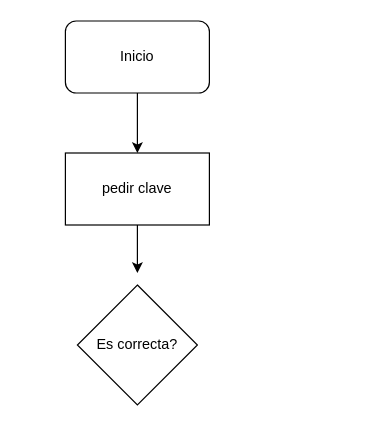
Earlier version of the draw.io diagram Diagrama sin título.drawio (kevinld93/tp). Source tidied: cells renumbered, new cells numbered last; positions are measured from the earlier drawing's top-left corner, leaving out a move shared by most shapes. Both pictures are drawn from the tidied source at 120%, with x=0, y=0 at pixel (65, 20).
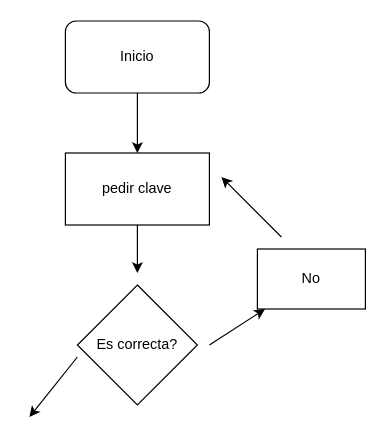
After the change.

The edit, as a diff of the source:
```diff
@@
 <mxGraphModel>
   <root>
     <mxCell id="0" />
     <mxCell id="1" parent="0" />
     <mxCell id="2" style="edgeStyle=orthogonalEdgeStyle;rounded=0;jettySize=auto;html=1;exitX=0.5;exitY=1;exitDx=0;exitDy=0;" parent="1" edge="1" source="3">
       <mxGeometry relative="1" as="geometry">
         <mxPoint x="60" y="110" as="targetPoint" />
       </mxGeometry>
     </mxCell>
     <mxCell id="3" value="Inicio " style="rounded=1;whiteSpace=wrap;html=1;" parent="1" vertex="1">
       <mxGeometry width="120" height="60" as="geometry" />
     </mxCell>
     <mxCell id="4" style="edgeStyle=orthogonalEdgeStyle;rounded=0;jettySize=auto;html=1;exitX=0.5;exitY=1;exitDx=0;exitDy=0;" parent="1" edge="1" source="5">
       <mxGeometry relative="1" as="geometry">
         <mxPoint x="60" y="210" as="targetPoint" />
       </mxGeometry>
     </mxCell>
     <mxCell id="5" value="pedir clave" style="rounded=0;whiteSpace=wrap;html=1;" parent="1" vertex="1">
       <mxGeometry y="110" width="120" height="60" as="geometry" />
     </mxCell>
     <mxCell id="6" value="Es correcta?" style="rhombus;whiteSpace=wrap;html=1;" parent="1" vertex="1">
       <mxGeometry x="10" y="220" width="100" height="100" as="geometry" />
     </mxCell>
+    <mxCell id="7" style="endArrow=classic;html=1;rounded=0;" parent="1" edge="1" target="8">
+      <mxGeometry relative="1" as="geometry">
+        <mxPoint x="120" y="270" as="sourcePoint" />
+        <Array as="points">
+          <mxPoint x="120" y="270" />
+        </Array>
+      </mxGeometry>
+    </mxCell>
+    <mxCell id="8" value="No" style="rounded=0;whiteSpace=wrap;html=1;" parent="1" vertex="1">
+      <mxGeometry x="160" y="190" width="90" height="50" as="geometry" />
+    </mxCell>
+    <mxCell id="9" style="endArrow=classic;html=1;rounded=0;" parent="1" edge="1">
+      <mxGeometry relative="1" as="geometry">
+        <mxPoint x="180" y="180" as="sourcePoint" />
+        <mxPoint x="130" y="130" as="targetPoint" />
+      </mxGeometry>
+    </mxCell>
+    <mxCell id="10" style="endArrow=classic;html=1;rounded=0;" parent="1" edge="1">
+      <mxGeometry relative="1" as="geometry">
+        <mxPoint x="10" y="280" as="sourcePoint" />
+        <mxPoint x="-30" y="330" as="targetPoint" />
+      </mxGeometry>
+    </mxCell>
   </root>
 </mxGraphModel>
```
